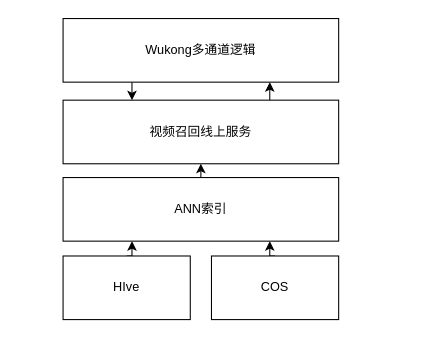
luoshao23/digram keeps this draw.io diagram as mm_struct.drawio. Above is the earlier version. Source tidied: cells renumbered, new cells numbered last; positions are measured from the earlier drawing's top-left corner, leaving out a move shared by most shapes. Both pictures are drawn from the tidied source at 106%, with x=0, y=0 at pixel (63, 18).
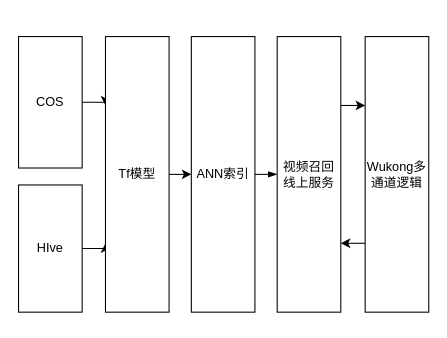
After the change.

The edit, as a diff of the source:
```diff
@@
 <mxGraphModel>
   <root>
     <mxCell id="0" />
     <mxCell id="1" parent="0" />
-    <mxCell id="2" style="edgeStyle=orthogonalEdgeStyle;rounded=0;jettySize=auto;html=1;exitX=0.5;exitY=0;exitDx=0;exitDy=0;entryX=0.25;entryY=1;entryDx=0;entryDy=0;" parent="1" edge="1" source="3" target="7">
-      <mxGeometry relative="1" as="geometry" />
-    </mxCell>
+    <mxCell id="12" style="edgeStyle=orthogonalEdgeStyle;rounded=0;jettySize=auto;html=1;exitX=0.5;exitY=0;exitDx=0;exitDy=0;entryX=0.75;entryY=1;entryDx=0;entryDy=0;" parent="1" edge="1" source="3" target="15">
+      <mxGeometry relative="1" as="geometry" />
+    </mxCell>
-    <mxCell id="3" value="HIve" style="rounded=0;whiteSpace=wrap;html=1;" parent="1" vertex="1">
-      <mxGeometry y="224" width="120" height="60" as="geometry" />
+    <mxCell id="3" value="HIve" style="rounded=0;whiteSpace=wrap;html=1;direction=south;" parent="1" vertex="1">
+      <mxGeometry x="-42" y="157" width="60" height="120" as="geometry" />
     </mxCell>
-    <mxCell id="4" style="edgeStyle=orthogonalEdgeStyle;rounded=0;jettySize=auto;html=1;exitX=0.5;exitY=0;exitDx=0;exitDy=0;entryX=0.75;entryY=1;entryDx=0;entryDy=0;" parent="1" edge="1" source="5" target="7">
-      <mxGeometry relative="1" as="geometry" />
-    </mxCell>
+    <mxCell id="13" style="edgeStyle=orthogonalEdgeStyle;rounded=0;jettySize=auto;html=1;exitX=0.5;exitY=0;exitDx=0;exitDy=0;entryX=0.25;entryY=1;entryDx=0;entryDy=0;" parent="1" edge="1" source="5" target="15">
+      <mxGeometry relative="1" as="geometry" />
+    </mxCell>
-    <mxCell id="5" value="COS" style="rounded=0;whiteSpace=wrap;html=1;" parent="1" vertex="1">
-      <mxGeometry x="140" y="224" width="120" height="60" as="geometry" />
+    <mxCell id="5" value="COS" style="rounded=0;whiteSpace=wrap;html=1;direction=south;" parent="1" vertex="1">
+      <mxGeometry x="-42" y="17" width="60" height="124" as="geometry" />
     </mxCell>
-    <mxCell id="6" style="edgeStyle=orthogonalEdgeStyle;rounded=0;jettySize=auto;html=1;exitX=0.5;exitY=0;exitDx=0;exitDy=0;entryX=0.5;entryY=1;entryDx=0;entryDy=0;" parent="1" edge="1" source="7" target="9">
+    <mxCell id="6" style="edgeStyle=orthogonalEdgeStyle;rounded=0;jettySize=auto;html=1;exitX=0.5;exitY=0;exitDx=0;exitDy=0;entryX=0.5;entryY=1;entryDx=0;entryDy=0;endArrow=blockThin;endFill=1;" parent="1" edge="1" source="7" target="9">
       <mxGeometry relative="1" as="geometry" />
     </mxCell>
-    <mxCell id="7" value="ANN索引" style="rounded=0;whiteSpace=wrap;html=1;" parent="1" vertex="1">
-      <mxGeometry y="150" width="260" height="60" as="geometry" />
+    <mxCell id="7" value="ANN索引" style="rounded=0;whiteSpace=wrap;html=1;direction=south;" parent="1" vertex="1">
+      <mxGeometry x="121" y="17" width="60" height="260" as="geometry" />
     </mxCell>
-    <mxCell id="8" style="edgeStyle=orthogonalEdgeStyle;rounded=0;jettySize=auto;html=1;exitX=0.75;exitY=0;exitDx=0;exitDy=0;entryX=0.75;entryY=1;entryDx=0;entryDy=0;" parent="1" edge="1" source="9" target="11">
+    <mxCell id="8" style="edgeStyle=orthogonalEdgeStyle;rounded=0;jettySize=auto;html=1;exitX=0.75;exitY=1;exitDx=0;exitDy=0;entryX=0.75;entryY=0;entryDx=0;entryDy=0;" parent="1" edge="1" source="11" target="9">
       <mxGeometry relative="1" as="geometry" />
     </mxCell>
-    <mxCell id="9" value="视频召回线上服务" style="rounded=0;whiteSpace=wrap;html=1;" parent="1" vertex="1">
-      <mxGeometry y="77" width="260" height="60" as="geometry" />
+    <mxCell id="9" value="视频召回线上服务" style="rounded=0;whiteSpace=wrap;html=1;direction=south;" parent="1" vertex="1">
+      <mxGeometry x="202" y="17" width="60" height="260" as="geometry" />
     </mxCell>
-    <mxCell id="10" style="edgeStyle=orthogonalEdgeStyle;rounded=0;jettySize=auto;html=1;exitX=0.25;exitY=1;exitDx=0;exitDy=0;entryX=0.25;entryY=0;entryDx=0;entryDy=0;" parent="1" edge="1" source="11" target="9">
+    <mxCell id="10" style="edgeStyle=orthogonalEdgeStyle;rounded=0;jettySize=auto;html=1;exitX=0.25;exitY=0;exitDx=0;exitDy=0;entryX=0.25;entryY=1;entryDx=0;entryDy=0;" parent="1" edge="1" source="9" target="11">
       <mxGeometry relative="1" as="geometry" />
     </mxCell>
-    <mxCell id="11" value="Wukong多通道逻辑" style="rounded=0;whiteSpace=wrap;html=1;" parent="1" vertex="1">
-      <mxGeometry width="260" height="60" as="geometry" />
+    <mxCell id="11" value="Wukong多通道逻辑" style="rounded=0;whiteSpace=wrap;html=1;direction=south;" parent="1" vertex="1">
+      <mxGeometry x="285" y="17" width="60" height="260" as="geometry" />
     </mxCell>
+    <mxCell id="14" style="edgeStyle=orthogonalEdgeStyle;rounded=0;jettySize=auto;html=1;exitX=0.5;exitY=0;exitDx=0;exitDy=0;entryX=0.5;entryY=1;entryDx=0;entryDy=0;" parent="1" edge="1" source="15" target="7">
+      <mxGeometry relative="1" as="geometry" />
+    </mxCell>
+    <mxCell id="15" value="Tf模型" style="rounded=0;whiteSpace=wrap;html=1;direction=south;" parent="1" vertex="1">
+      <mxGeometry x="40" y="17" width="60" height="260" as="geometry" />
+    </mxCell>
   </root>
 </mxGraphModel>
```
